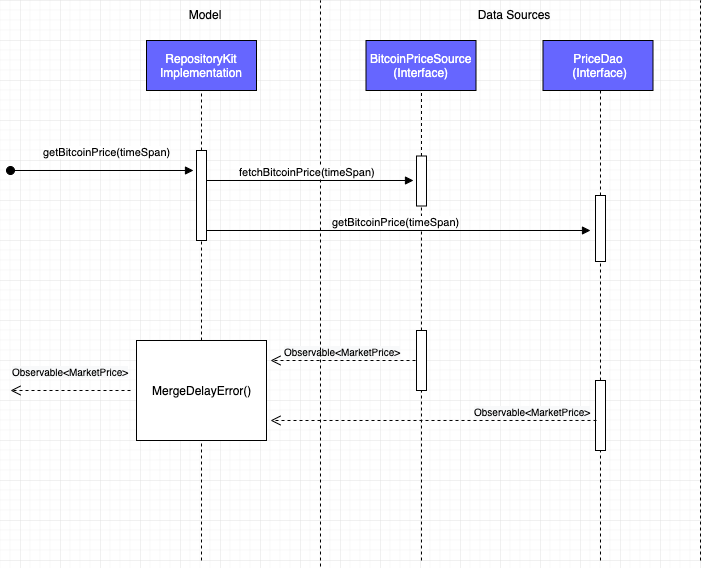
The draw.io diagram images/architecture_diagram_2.png in pritamkarmakar/crypto-price-checker, before a commit. Source tidied: cells renumbered, new cells last; positions are measured from the earlier drawing's top-left corner, leaving out a move shared by most shapes.
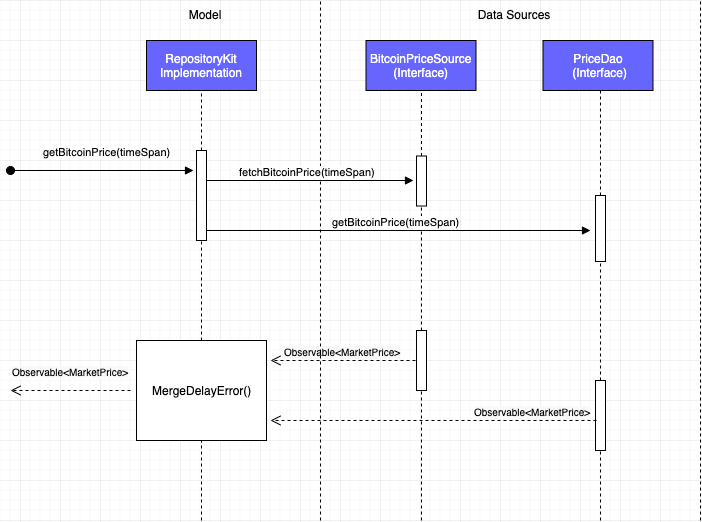
After the change.

Commit message:
updating architecture diagram images

Diff of the diagram source:
```diff
@@ -3,134 +3,131 @@
     <mxCell id="0" />
     <mxCell id="1" parent="0" />
     <mxCell id="2" style="group;" parent="1" vertex="1">
-      <mxGeometry width="690" height="566" as="geometry" />
+      <mxGeometry width="690" height="520" as="geometry" />
     </mxCell>
     <mxCell id="3" style="group;" parent="2" vertex="1">
-      <mxGeometry width="690" height="566" as="geometry" />
+      <mxGeometry x="532.5" y="40" width="110" height="50" as="geometry" />
     </mxCell>
-    <mxCell id="4" value="getBitcoinPrice(timeSpan)" style="html=1;verticalAlign=bottom;startArrow=oval;startFill=1;endArrow=block;startSize=8;" parent="3" edge="1">
-      <mxGeometry x="0.05" y="10" relative="1" as="geometry">
-        <mxPoint y="170" as="sourcePoint" />
-        <mxPoint x="183" y="170" as="targetPoint" />
-      </mxGeometry>
+    <mxCell id="4" style="group;" parent="3" vertex="1">
+      <mxGeometry width="110" height="50" as="geometry" />
     </mxCell>
-    <mxCell id="5" value="&lt;font color=&quot;#ffffff&quot;&gt;BitcoinPriceSource&lt;br&gt;(Interface)&lt;br&gt;&lt;/font&gt;" style="html=1;fillColor=#6666FF;" parent="3" vertex="1">
-      <mxGeometry x="355.5" y="40" width="110" height="50" as="geometry" />
+    <mxCell id="5" value="&lt;font color=&quot;#ffffff&quot;&gt;PriceDao&lt;br&gt;&amp;nbsp;(Interface)&lt;/font&gt;" style="html=1;fillColor=#6666FF;" parent="4" vertex="1">
+      <mxGeometry width="110" height="50" as="geometry" />
     </mxCell>
-    <mxCell id="6" style="endArrow=none;dashed=1;html=1;" parent="3" edge="1" source="7">
-      <mxGeometry relative="1" as="geometry">
-        <mxPoint x="411" y="90" as="targetPoint" />
+    <mxCell id="6" value="getBitcoinPrice(timeSpan)" style="html=1;verticalAlign=bottom;startArrow=oval;startFill=1;endArrow=block;startSize=8;" parent="2" edge="1">
+      <mxGeometry x="0.05" y="10" relative="1" as="geometry">
+        <mxPoint y="170" as="sourcePoint" />
+        <mxPoint x="183" y="170" as="targetPoint" />
       </mxGeometry>
     </mxCell>
-    <mxCell id="7" style="html=1;points=[];perimeter=orthogonalPerimeter;fillColor=#FFFFFF;" parent="3" vertex="1">
-      <mxGeometry x="406" y="155.5" width="10" height="50" as="geometry" />
+    <mxCell id="7" value="&lt;font color=&quot;#ffffff&quot;&gt;BitcoinPriceSource&lt;br&gt;(Interface)&lt;br&gt;&lt;/font&gt;" style="html=1;fillColor=#6666FF;" parent="2" vertex="1">
+      <mxGeometry x="355.5" y="40" width="110" height="50" as="geometry" />
     </mxCell>
-    <mxCell id="8" style="endArrow=none;dashed=1;html=1;" parent="3" edge="1" source="16" target="7">
-      <mxGeometry relative="1" as="geometry" />
+    <mxCell id="8" style="endArrow=none;dashed=1;html=1;" parent="2" edge="1" source="9">
+      <mxGeometry relative="1" as="geometry">
+        <mxPoint x="411" y="90" as="targetPoint" />
+      </mxGeometry>
     </mxCell>
-    <mxCell id="9" style="endArrow=none;dashed=1;html=1;" parent="3" edge="1" source="11">
-      <mxGeometry relative="1" as="geometry">
-        <mxPoint x="590" y="90" as="targetPoint" />
-      </mxGeometry>
+    <mxCell id="9" style="html=1;points=[];perimeter=orthogonalPerimeter;fillColor=#FFFFFF;" parent="2" vertex="1">
+      <mxGeometry x="406" y="155.5" width="10" height="50" as="geometry" />
     </mxCell>
-    <mxCell id="10" style="endArrow=none;dashed=1;html=1;" parent="3" edge="1" source="14">
-      <mxGeometry relative="1" as="geometry">
-        <mxPoint x="590" y="255.5" as="targetPoint" />
-      </mxGeometry>
+    <mxCell id="10" style="endArrow=none;dashed=1;html=1;" parent="2" edge="1" source="18" target="9">
+      <mxGeometry relative="1" as="geometry" />
     </mxCell>
-    <mxCell id="11" style="html=1;points=[];perimeter=orthogonalPerimeter;fillColor=#FFFFFF;" parent="3" vertex="1">
-      <mxGeometry x="585" y="195" width="10" height="66" as="geometry" />
+    <mxCell id="11" style="endArrow=none;dashed=1;html=1;" parent="2" edge="1" source="13">
+      <mxGeometry relative="1" as="geometry">
+        <mxPoint x="590" y="90" as="targetPoint" />
+      </mxGeometry>
     </mxCell>
-    <mxCell id="12" style="endArrow=none;dashed=1;html=1;" parent="3" edge="1" target="16">
+    <mxCell id="12" style="endArrow=none;dashed=1;html=1;" parent="2" edge="1" source="16">
       <mxGeometry relative="1" as="geometry">
-        <mxPoint x="411" y="560" as="sourcePoint" />
+        <mxPoint x="590" y="255.5" as="targetPoint" />
       </mxGeometry>
     </mxCell>
-    <mxCell id="13" style="endArrow=none;dashed=1;html=1;" parent="3" edge="1">
-      <mxGeometry relative="1" as="geometry">
-        <mxPoint x="590" y="560" as="sourcePoint" />
-        <mxPoint x="590" y="440" as="targetPoint" />
-      </mxGeometry>
+    <mxCell id="13" style="html=1;points=[];perimeter=orthogonalPerimeter;fillColor=#FFFFFF;" parent="2" vertex="1">
+      <mxGeometry x="585" y="195" width="10" height="66" as="geometry" />
     </mxCell>
-    <mxCell id="14" style="html=1;points=[];perimeter=orthogonalPerimeter;fillColor=#FFFFFF;" parent="3" vertex="1">
-      <mxGeometry x="585" y="380" width="10" height="70" as="geometry" />
+    <mxCell id="14" style="endArrow=none;dashed=1;html=1;" parent="2" edge="1" target="18">
+      <mxGeometry relative="1" as="geometry">
+        <mxPoint x="411" y="520" as="sourcePoint" />
+      </mxGeometry>
     </mxCell>
-    <mxCell id="15" value="&lt;span style=&quot;text-align: left ; background-color: rgb(248 , 249 , 250)&quot;&gt;&lt;font style=&quot;font-size: 10px&quot;&gt;Observable&amp;lt;MarketPrice&amp;gt;&lt;/font&gt;&lt;/span&gt;" style="html=1;verticalAlign=bottom;endArrow=open;dashed=1;endSize=8;exitX=-0.1;exitY=0.5;exitDx=0;exitDy=0;exitPerimeter=0;" parent="3" edge="1" source="16">
+    <mxCell id="15" style="endArrow=none;dashed=1;html=1;" parent="2" edge="1">
       <mxGeometry relative="1" as="geometry">
-        <mxPoint x="260" y="360" as="targetPoint" />
+        <mxPoint x="590" y="520" as="sourcePoint" />
+        <mxPoint x="590" y="440" as="targetPoint" />
       </mxGeometry>
     </mxCell>
-    <mxCell id="16" style="html=1;points=[];perimeter=orthogonalPerimeter;fillColor=#FFFFFF;" parent="3" vertex="1">
-      <mxGeometry x="406" y="330" width="10" height="60" as="geometry" />
+    <mxCell id="16" style="html=1;points=[];perimeter=orthogonalPerimeter;fillColor=#FFFFFF;" parent="2" vertex="1">
+      <mxGeometry x="585" y="380" width="10" height="70" as="geometry" />
     </mxCell>
-    <mxCell id="17" value="&lt;span style=&quot;font-size: 10px ; text-align: left ; background-color: rgb(248 , 249 , 250)&quot;&gt;Observable&amp;lt;MarketPrice&amp;gt;&lt;/span&gt;" style="html=1;verticalAlign=bottom;endArrow=open;dashed=1;endSize=8;" parent="3" edge="1">
-      <mxGeometry y="-10" relative="1" as="geometry">
-        <mxPoint x="120" y="390" as="sourcePoint" />
-        <mxPoint y="390" as="targetPoint" />
+    <mxCell id="17" value="&lt;span style=&quot;text-align: left ; background-color: rgb(248 , 249 , 250)&quot;&gt;&lt;font style=&quot;font-size: 10px&quot;&gt;Observable&amp;lt;MarketPrice&amp;gt;&lt;/font&gt;&lt;/span&gt;" style="html=1;verticalAlign=bottom;endArrow=open;dashed=1;endSize=8;exitX=-0.1;exitY=0.5;exitDx=0;exitDy=0;exitPerimeter=0;" parent="2" edge="1" source="18">
+      <mxGeometry relative="1" as="geometry">
+        <mxPoint x="260" y="360" as="targetPoint" />
       </mxGeometry>
     </mxCell>
-    <mxCell id="18" style="endArrow=none;dashed=1;html=1;" parent="3" edge="1">
-      <mxGeometry relative="1" as="geometry">
-        <mxPoint x="310" y="566" as="sourcePoint" />
-        <mxPoint x="310" as="targetPoint" />
-      </mxGeometry>
+    <mxCell id="18" style="html=1;points=[];perimeter=orthogonalPerimeter;fillColor=#FFFFFF;" parent="2" vertex="1">
+      <mxGeometry x="406" y="330" width="10" height="60" as="geometry" />
     </mxCell>
-    <mxCell id="19" value="Model" style="text;html=1;strokeColor=none;fillColor=none;align=center;verticalAlign=middle;whiteSpace=wrap;rounded=0;" parent="3" vertex="1">
-      <mxGeometry x="142" y="4" width="104" height="20" as="geometry" />
+    <mxCell id="19" value="&lt;span style=&quot;font-size: 10px ; text-align: left ; background-color: rgb(248 , 249 , 250)&quot;&gt;Observable&amp;lt;MarketPrice&amp;gt;&lt;/span&gt;" style="html=1;verticalAlign=bottom;endArrow=open;dashed=1;endSize=8;" parent="2" edge="1">
+      <mxGeometry y="-10" relative="1" as="geometry">
+        <mxPoint x="120" y="390" as="sourcePoint" />
+        <mxPoint y="390" as="targetPoint" />
+      </mxGeometry>
     </mxCell>
-    <mxCell id="20" value="Data Sources" style="text;html=1;strokeColor=none;fillColor=none;align=center;verticalAlign=middle;whiteSpace=wrap;rounded=0;" parent="3" vertex="1">
-      <mxGeometry x="450.5" y="4" width="104" height="20" as="geometry" />
+    <mxCell id="20" style="endArrow=none;dashed=1;html=1;" parent="2" edge="1">
+      <mxGeometry relative="1" as="geometry">
+        <mxPoint x="310" y="520" as="sourcePoint" />
+        <mxPoint x="310" as="targetPoint" />
+      </mxGeometry>
     </mxCell>
-    <mxCell id="21" value="&lt;font color=&quot;#ffffff&quot;&gt;RepositoryKit&lt;br&gt;Implementation&lt;/font&gt;" style="html=1;fillColor=#6666FF;" parent="3" vertex="1">
-      <mxGeometry x="136" y="40" width="110" height="50" as="geometry" />
+    <mxCell id="21" value="Model" style="text;html=1;strokeColor=none;fillColor=none;align=center;verticalAlign=middle;whiteSpace=wrap;rounded=0;" parent="2" vertex="1">
+      <mxGeometry x="142" y="4" width="104" height="20" as="geometry" />
     </mxCell>
-    <mxCell id="22" style="endArrow=none;dashed=1;html=1;entryX=0.5;entryY=1;entryDx=0;entryDy=0;" parent="3" edge="1" source="27" target="21">
-      <mxGeometry relative="1" as="geometry" />
+    <mxCell id="22" value="Data Sources" style="text;html=1;strokeColor=none;fillColor=none;align=center;verticalAlign=middle;whiteSpace=wrap;rounded=0;" parent="2" vertex="1">
+      <mxGeometry x="450.5" y="4" width="104" height="20" as="geometry" />
     </mxCell>
-    <mxCell id="23" value="MergeDelayError()" style="html=1;points=[];perimeter=orthogonalPerimeter;fillColor=#FFFFFF;" parent="3" vertex="1">
-      <mxGeometry x="126" y="340" width="130" height="100" as="geometry" />
+    <mxCell id="23" value="&lt;font color=&quot;#ffffff&quot;&gt;RepositoryKit&lt;br&gt;Implementation&lt;/font&gt;" style="html=1;fillColor=#6666FF;" parent="2" vertex="1">
+      <mxGeometry x="136" y="40" width="110" height="50" as="geometry" />
     </mxCell>
-    <mxCell id="24" style="endArrow=none;dashed=1;html=1;entryX=0.5;entryY=1;entryDx=0;entryDy=0;" parent="3" edge="1" target="23">
-      <mxGeometry relative="1" as="geometry">
-        <mxPoint x="191" y="560" as="sourcePoint" />
-      </mxGeometry>
+    <mxCell id="24" style="endArrow=none;dashed=1;html=1;entryX=0.5;entryY=1;entryDx=0;entryDy=0;" parent="2" edge="1" source="29" target="23">
+      <mxGeometry relative="1" as="geometry" />
     </mxCell>
-    <mxCell id="25" value="fetchBitcoinPrice(timeSpan)" style="html=1;verticalAlign=bottom;endArrow=block;entryX=-0.3;entryY=0.49;entryDx=0;entryDy=0;entryPerimeter=0;" parent="3" edge="1" target="7">
-      <mxGeometry relative="1" as="geometry">
-        <mxPoint x="190" y="180" as="sourcePoint" />
-      </mxGeometry>
+    <mxCell id="25" value="MergeDelayError()" style="html=1;points=[];perimeter=orthogonalPerimeter;fillColor=#FFFFFF;" parent="2" vertex="1">
+      <mxGeometry x="126" y="340" width="130" height="100" as="geometry" />
     </mxCell>
-    <mxCell id="26" value="getBitcoinPrice(timeSpan)" style="html=1;verticalAlign=bottom;endArrow=block;" parent="3" edge="1">
+    <mxCell id="26" style="endArrow=none;dashed=1;html=1;entryX=0.5;entryY=1;entryDx=0;entryDy=0;" parent="2" edge="1" target="25">
       <mxGeometry relative="1" as="geometry">
-        <mxPoint x="190" y="230" as="sourcePoint" />
-        <mxPoint x="580" y="230" as="targetPoint" />
+        <mxPoint x="191" y="520" as="sourcePoint" />
       </mxGeometry>
     </mxCell>
-    <mxCell id="27" style="html=1;points=[];perimeter=orthogonalPerimeter;fillColor=#FFFFFF;" parent="3" vertex="1">
-      <mxGeometry x="186" y="150" width="10" height="90" as="geometry" />
+    <mxCell id="27" value="fetchBitcoinPrice(timeSpan)" style="html=1;verticalAlign=bottom;endArrow=block;entryX=-0.3;entryY=0.49;entryDx=0;entryDy=0;entryPerimeter=0;" parent="2" edge="1" target="9">
+      <mxGeometry relative="1" as="geometry">
+        <mxPoint x="190" y="180" as="sourcePoint" />
+      </mxGeometry>
     </mxCell>
-    <mxCell id="28" style="endArrow=none;dashed=1;html=1;entryX=0.5;entryY=1;entryDx=0;entryDy=0;" parent="3" edge="1" source="23" target="27">
-      <mxGeometry relative="1" as="geometry" />
+    <mxCell id="28" value="getBitcoinPrice(timeSpan)" style="html=1;verticalAlign=bottom;endArrow=block;" parent="2" edge="1">
+      <mxGeometry relative="1" as="geometry">
+        <mxPoint x="190" y="230" as="sourcePoint" />
+        <mxPoint x="580" y="230" as="targetPoint" />
+      </mxGeometry>
     </mxCell>
-    <mxCell id="29" value="&lt;span style=&quot;text-align: left ; background-color: rgb(248 , 249 , 250)&quot;&gt;&lt;font style=&quot;font-size: 10px&quot;&gt;Observable&amp;lt;MarketPrice&amp;gt;&lt;/font&gt;&lt;/span&gt;" style="html=1;verticalAlign=bottom;endArrow=open;dashed=1;endSize=8;exitX=0.1;exitY=0.571;exitDx=0;exitDy=0;exitPerimeter=0;" parent="3" edge="1" source="14">
-      <mxGeometry x="-0.61" relative="1" as="geometry">
-        <mxPoint x="260" y="420" as="targetPoint" />
-      </mxGeometry>
+    <mxCell id="29" style="html=1;points=[];perimeter=orthogonalPerimeter;fillColor=#FFFFFF;" parent="2" vertex="1">
+      <mxGeometry x="186" y="150" width="10" height="90" as="geometry" />
     </mxCell>
-    <mxCell id="30" style="endArrow=none;dashed=1;html=1;" parent="3" edge="1">
-      <mxGeometry relative="1" as="geometry">
-        <mxPoint x="690" y="560" as="sourcePoint" />
-        <mxPoint x="690" as="targetPoint" />
-      </mxGeometry>
+    <mxCell id="30" style="endArrow=none;dashed=1;html=1;entryX=0.5;entryY=1;entryDx=0;entryDy=0;" parent="2" edge="1" source="25" target="29">
+      <mxGeometry relative="1" as="geometry" />
     </mxCell>
-    <mxCell id="31" style="group;" parent="2" vertex="1">
-      <mxGeometry x="532.5" y="40" width="110" height="50" as="geometry" />
+    <mxCell id="31" value="&lt;span style=&quot;text-align: left ; background-color: rgb(248 , 249 , 250)&quot;&gt;&lt;font style=&quot;font-size: 10px&quot;&gt;Observable&amp;lt;MarketPrice&amp;gt;&lt;/font&gt;&lt;/span&gt;" style="html=1;verticalAlign=bottom;endArrow=open;dashed=1;endSize=8;exitX=0.1;exitY=0.571;exitDx=0;exitDy=0;exitPerimeter=0;" parent="2" edge="1" source="16">
+      <mxGeometry x="-0.61" relative="1" as="geometry">
+        <mxPoint x="260" y="420" as="targetPoint" />
+      </mxGeometry>
     </mxCell>
-    <mxCell id="32" style="group;" parent="31" vertex="1">
-      <mxGeometry width="110" height="50" as="geometry" />
+    <mxCell id="32" style="endArrow=none;dashed=1;html=1;" parent="2" edge="1">
+      <mxGeometry relative="1" as="geometry">
+        <mxPoint x="690" y="520" as="sourcePoint" />
+        <mxPoint x="690" as="targetPoint" />
+      </mxGeometry>
     </mxCell>
-    <mxCell id="33" value="&lt;font color=&quot;#ffffff&quot;&gt;PriceDao&lt;br&gt;&amp;nbsp;(Interface)&lt;/font&gt;" style="html=1;fillColor=#6666FF;" parent="32" vertex="1">
-      <mxGeometry width="110" height="50" as="geometry" />
-    </mxCell>
   </root>
 </mxGraphModel>
```
